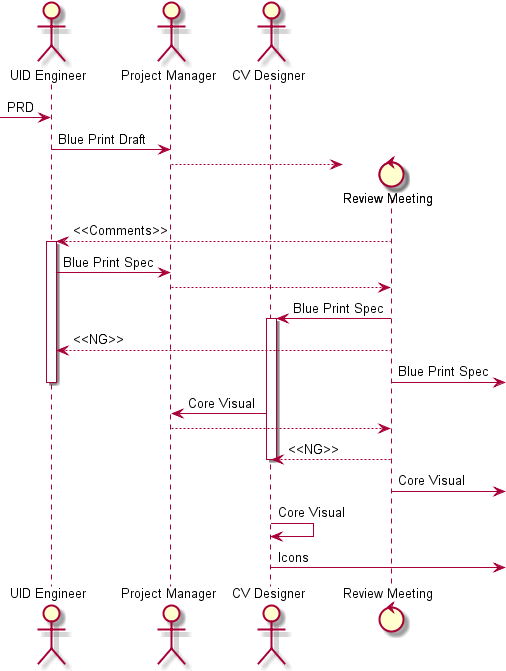
Earlier version of the PlantUML export 2_process/Process_For_Development/Process_For_Service_1.0.0/source/images/UI_Design_Execution.png (imace/service-dev).
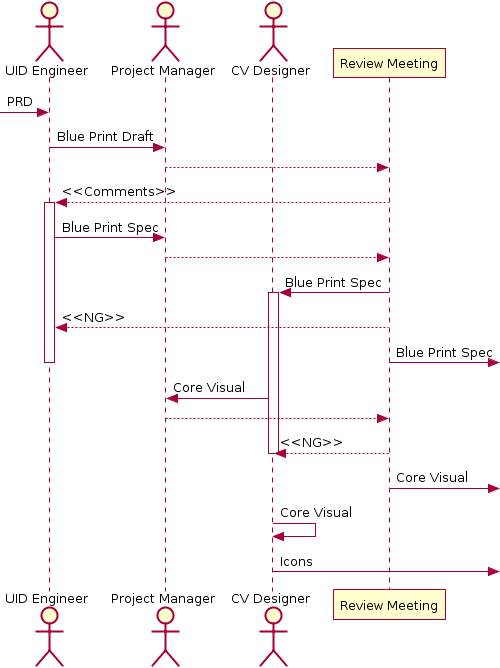
The same file after the commit.

Diff of the diagram source:
```diff
@@ -4,7 +4,7 @@
 actor "CV Designer"
 -> "UID Engineer":PRD
 "UID Engineer" -> "Project Manager": Blue Print Draft
-create control "Review Meeting"
+
 "Project Manager" --> "Review Meeting"
 "Review Meeting" --> "UID Engineer": <<Comments>>
 activate "UID Engineer"
```
